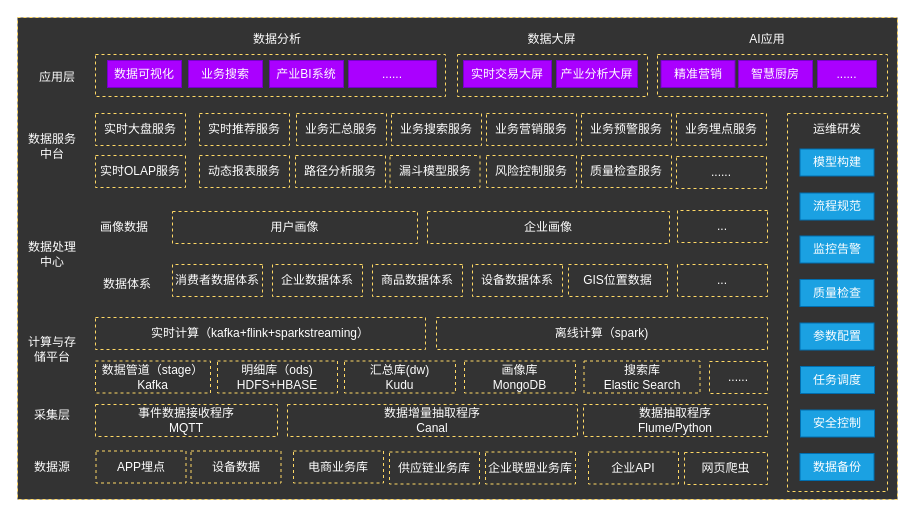
The draw.io diagram page "data-c" (5 of 5) of cgc/cgc-framework.drawio in kinvensan/drawio, before the edit. Source tidied: cells renumbered, new cells numbered last; positions are measured from the earlier drawing's top-left corner, leaving out a move shared by most shapes. Both pictures are drawn from the tidied source at 100%, with x=0, y=0 at pixel (17, 17).
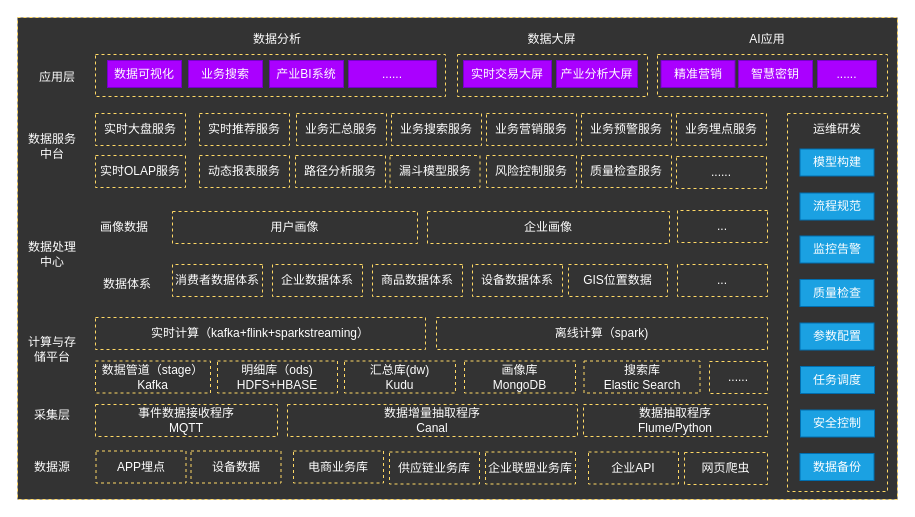
The same page after the edit.

Change to the diagram source:
```diff
@@
-    <mxCell id="71" value="智慧厨房" style="rounded=0;whiteSpace=wrap;html=1;strokeColor=#7700CC;fillColor=#aa00ff;fontColor=#ffffff;" parent="1" vertex="1">
+    <mxCell id="71" value="智慧密钥" style="rounded=0;whiteSpace=wrap;html=1;strokeColor=#7700CC;fillColor=#aa00ff;fontColor=#ffffff;" parent="1" vertex="1">
       <mxGeometry x="721" y="43" width="74" height="27" as="geometry" />
     </mxCell>
```
